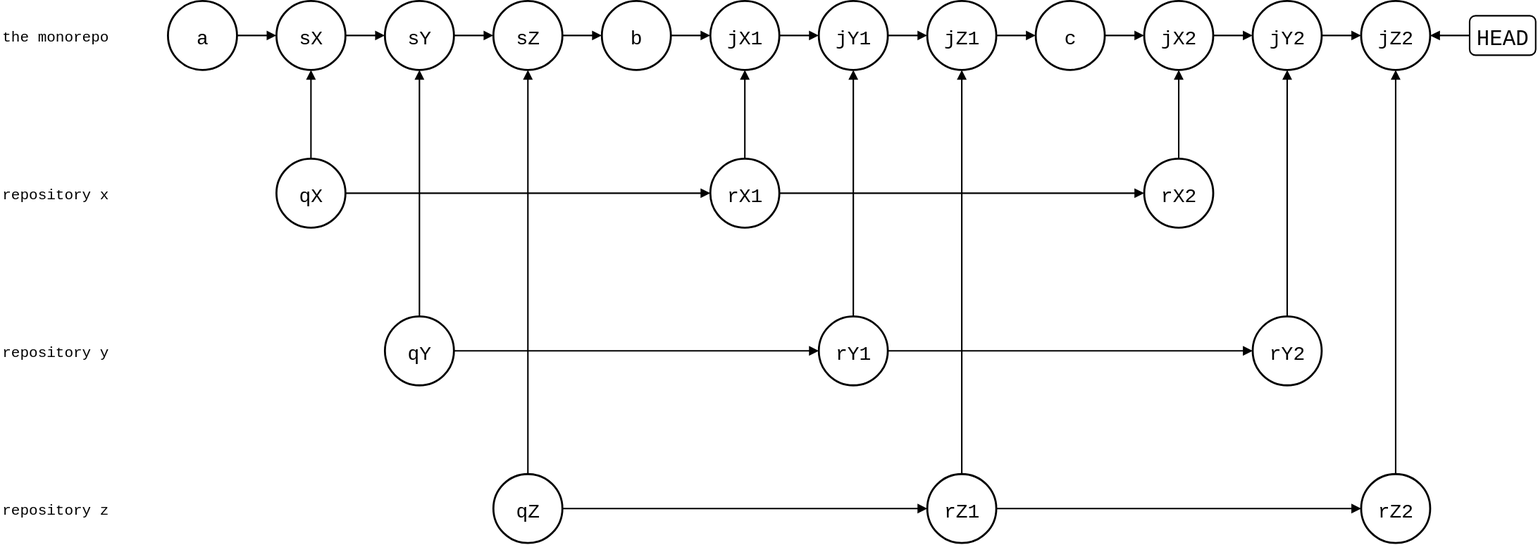
Before: static/blog/episodes/git-subtree-rejoin-three.drawio.svg, a diagram exported from draw.io (roschaefer/roschaefer.de). Source tidied: cells renumbered, new cells last; positions are measured from the earlier drawing's top-left corner, leaving out a move shared by most shapes. Its diagram source:
```xml
<mxGraphModel background="#ffffff">
  <root>
    <mxCell id="0" />
    <mxCell id="1" parent="0" />
    <mxCell id="2" value="the monorepo" style="text;strokeColor=none;fillColor=none;align=left;verticalAlign=middle;fontSize=15;fontFamily=Roboto Mono,monospace;" parent="1" vertex="1">
      <mxGeometry y="20" width="150" height="30" as="geometry" />
    </mxCell>
    <mxCell id="3" value="repository x" style="text;strokeColor=none;fillColor=none;align=left;verticalAlign=middle;fontSize=15;fontFamily=Roboto Mono,monospace;" parent="1" vertex="1">
      <mxGeometry y="180" width="150" height="30" as="geometry" />
    </mxCell>
    <mxCell id="4" value="repository y" style="text;strokeColor=none;fillColor=none;align=left;verticalAlign=middle;fontSize=15;fontFamily=Roboto Mono,monospace;" parent="1" vertex="1">
      <mxGeometry y="340" width="150" height="30" as="geometry" />
    </mxCell>
    <mxCell id="5" value="repository z" style="text;strokeColor=none;fillColor=none;align=left;verticalAlign=middle;fontSize=15;fontFamily=Roboto Mono,monospace;" parent="1" vertex="1">
      <mxGeometry y="500" width="150" height="30" as="geometry" />
    </mxCell>
    <mxCell id="6" value="a" style="ellipse;strokeWidth=2;fontSize=20;fontFamily=Roboto Mono,monospace;" parent="1" vertex="1">
      <mxGeometry x="170" width="70" height="70" as="geometry" />
    </mxCell>
    <mxCell id="7" value="sX" style="ellipse;strokeWidth=2;fontSize=20;fontFamily=Roboto Mono,monospace;" parent="1" vertex="1">
      <mxGeometry x="280" width="70" height="70" as="geometry" />
    </mxCell>
    <mxCell id="8" value="sY" style="ellipse;strokeWidth=2;fontSize=20;fontFamily=Roboto Mono,monospace;" parent="1" vertex="1">
      <mxGeometry x="390" width="70" height="70" as="geometry" />
    </mxCell>
    <mxCell id="9" value="sZ" style="ellipse;strokeWidth=2;fontSize=20;fontFamily=Roboto Mono,monospace;" parent="1" vertex="1">
      <mxGeometry x="500" width="70" height="70" as="geometry" />
    </mxCell>
    <mxCell id="10" value="b" style="ellipse;strokeWidth=2;fontSize=20;fontFamily=Roboto Mono,monospace;" parent="1" vertex="1">
      <mxGeometry x="610" width="70" height="70" as="geometry" />
    </mxCell>
    <mxCell id="11" value="jX1" style="ellipse;strokeWidth=2;fontSize=20;fontFamily=Roboto Mono,monospace;" parent="1" vertex="1">
      <mxGeometry x="720" width="70" height="70" as="geometry" />
    </mxCell>
    <mxCell id="12" value="jY1" style="ellipse;strokeWidth=2;fontSize=20;fontFamily=Roboto Mono,monospace;" parent="1" vertex="1">
      <mxGeometry x="830" width="70" height="70" as="geometry" />
    </mxCell>
    <mxCell id="13" value="jZ1" style="ellipse;strokeWidth=2;fontSize=20;fontFamily=Roboto Mono,monospace;" parent="1" vertex="1">
      <mxGeometry x="940" width="70" height="70" as="geometry" />
    </mxCell>
    <mxCell id="14" value="c" style="ellipse;strokeWidth=2;fontSize=20;fontFamily=Roboto Mono,monospace;" parent="1" vertex="1">
      <mxGeometry x="1050" width="70" height="70" as="geometry" />
    </mxCell>
    <mxCell id="15" value="jX2" style="ellipse;strokeWidth=2;fontSize=20;fontFamily=Roboto Mono,monospace;" parent="1" vertex="1">
      <mxGeometry x="1160" width="70" height="70" as="geometry" />
    </mxCell>
    <mxCell id="16" value="jY2" style="ellipse;strokeWidth=2;fontSize=20;fontFamily=Roboto Mono,monospace;" parent="1" vertex="1">
      <mxGeometry x="1270" width="70" height="70" as="geometry" />
    </mxCell>
    <mxCell id="17" value="jZ2" style="ellipse;strokeWidth=2;fontSize=20;fontFamily=Roboto Mono,monospace;" parent="1" vertex="1">
      <mxGeometry x="1380" width="70" height="70" as="geometry" />
    </mxCell>
    <mxCell id="18" value="qX" style="ellipse;strokeWidth=2;fontSize=20;fontFamily=Roboto Mono,monospace;" parent="1" vertex="1">
      <mxGeometry x="280" y="160" width="70" height="70" as="geometry" />
    </mxCell>
    <mxCell id="19" value="rX1" style="ellipse;strokeWidth=2;fontSize=20;fontFamily=Roboto Mono,monospace;" parent="1" vertex="1">
      <mxGeometry x="720" y="160" width="70" height="70" as="geometry" />
    </mxCell>
    <mxCell id="20" value="rX2" style="ellipse;strokeWidth=2;fontSize=20;fontFamily=Roboto Mono,monospace;" parent="1" vertex="1">
      <mxGeometry x="1160" y="160" width="70" height="70" as="geometry" />
    </mxCell>
    <mxCell id="21" value="qY" style="ellipse;strokeWidth=2;fontSize=20;fontFamily=Roboto Mono,monospace;" parent="1" vertex="1">
      <mxGeometry x="390" y="320" width="70" height="70" as="geometry" />
    </mxCell>
    <mxCell id="22" value="rY1" style="ellipse;strokeWidth=2;fontSize=20;fontFamily=Roboto Mono,monospace;" parent="1" vertex="1">
      <mxGeometry x="830" y="320" width="70" height="70" as="geometry" />
    </mxCell>
    <mxCell id="23" value="rY2" style="ellipse;strokeWidth=2;fontSize=20;fontFamily=Roboto Mono,monospace;" parent="1" vertex="1">
      <mxGeometry x="1270" y="320" width="70" height="70" as="geometry" />
    </mxCell>
    <mxCell id="24" value="qZ" style="ellipse;strokeWidth=2;fontSize=20;fontFamily=Roboto Mono,monospace;" parent="1" vertex="1">
      <mxGeometry x="500" y="480" width="70" height="70" as="geometry" />
    </mxCell>
    <mxCell id="25" value="rZ1" style="ellipse;strokeWidth=2;fontSize=20;fontFamily=Roboto Mono,monospace;" parent="1" vertex="1">
      <mxGeometry x="940" y="480" width="70" height="70" as="geometry" />
    </mxCell>
    <mxCell id="26" value="rZ2" style="ellipse;strokeWidth=2;fontSize=20;fontFamily=Roboto Mono,monospace;" parent="1" vertex="1">
      <mxGeometry x="1380" y="480" width="70" height="70" as="geometry" />
    </mxCell>
    <mxCell id="27" value="HEAD" style="rounded=1;strokeWidth=1.5;fontSize=22;fontFamily=Roboto Mono,monospace;" parent="1" vertex="1">
      <mxGeometry x="1490" y="15" width="67" height="40" as="geometry" />
    </mxCell>
    <mxCell id="28" style="endArrow=block;endFill=1;html=1;strokeWidth=1.5;rounded=0;" parent="1" edge="1" source="6" target="7">
      <mxGeometry relative="1" as="geometry" />
    </mxCell>
    <mxCell id="29" style="endArrow=block;endFill=1;html=1;strokeWidth=1.5;rounded=0;" parent="1" edge="1" source="7" target="8">
      <mxGeometry relative="1" as="geometry" />
    </mxCell>
    <mxCell id="30" style="endArrow=block;endFill=1;html=1;strokeWidth=1.5;rounded=0;" parent="1" edge="1" source="8" target="9">
      <mxGeometry relative="1" as="geometry" />
    </mxCell>
    <mxCell id="31" style="endArrow=block;endFill=1;html=1;strokeWidth=1.5;rounded=0;" parent="1" edge="1" source="9" target="10">
      <mxGeometry relative="1" as="geometry" />
    </mxCell>
    <mxCell id="32" style="endArrow=block;endFill=1;html=1;strokeWidth=1.5;rounded=0;" parent="1" edge="1" source="10" target="11">
      <mxGeometry relative="1" as="geometry" />
    </mxCell>
    <mxCell id="33" style="endArrow=block;endFill=1;html=1;strokeWidth=1.5;rounded=0;" parent="1" edge="1" source="11" target="12">
      <mxGeometry relative="1" as="geometry" />
    </mxCell>
    <mxCell id="34" style="endArrow=block;endFill=1;html=1;strokeWidth=1.5;rounded=0;" parent="1" edge="1" source="12" target="13">
      <mxGeometry relative="1" as="geometry" />
    </mxCell>
    <mxCell id="35" style="endArrow=block;endFill=1;html=1;strokeWidth=1.5;rounded=0;" parent="1" edge="1" source="13" target="14">
      <mxGeometry relative="1" as="geometry" />
    </mxCell>
    <mxCell id="36" style="endArrow=block;endFill=1;html=1;strokeWidth=1.5;rounded=0;" parent="1" edge="1" source="14" target="15">
      <mxGeometry relative="1" as="geometry" />
    </mxCell>
    <mxCell id="37" style="endArrow=block;endFill=1;html=1;strokeWidth=1.5;rounded=0;" parent="1" edge="1" source="15" target="16">
      <mxGeometry relative="1" as="geometry" />
    </mxCell>
    <mxCell id="38" style="endArrow=block;endFill=1;html=1;strokeWidth=1.5;rounded=0;" parent="1" edge="1" source="16" target="17">
      <mxGeometry relative="1" as="geometry" />
    </mxCell>
    <mxCell id="39" style="endArrow=block;endFill=1;html=1;strokeWidth=1.5;rounded=0;" parent="1" edge="1" source="18" target="19">
      <mxGeometry relative="1" as="geometry" />
    </mxCell>
    <mxCell id="40" style="endArrow=block;endFill=1;html=1;strokeWidth=1.5;rounded=0;" parent="1" edge="1" source="19" target="20">
      <mxGeometry relative="1" as="geometry" />
    </mxCell>
    <mxCell id="41" style="endArrow=block;endFill=1;html=1;strokeWidth=1.5;rounded=0;" parent="1" edge="1" source="18" target="7">
      <mxGeometry relative="1" as="geometry" />
    </mxCell>
    <mxCell id="42" style="endArrow=block;endFill=1;html=1;strokeWidth=1.5;rounded=0;" parent="1" edge="1" source="19" target="11">
      <mxGeometry relative="1" as="geometry" />
    </mxCell>
    <mxCell id="43" style="endArrow=block;endFill=1;html=1;strokeWidth=1.5;rounded=0;" parent="1" edge="1" source="20" target="15">
      <mxGeometry relative="1" as="geometry" />
    </mxCell>
    <mxCell id="44" style="endArrow=block;endFill=1;html=1;strokeWidth=1.5;rounded=0;" parent="1" edge="1" source="21" target="22">
      <mxGeometry relative="1" as="geometry" />
    </mxCell>
    <mxCell id="45" style="endArrow=block;endFill=1;html=1;strokeWidth=1.5;rounded=0;" parent="1" edge="1" source="22" target="23">
      <mxGeometry relative="1" as="geometry" />
    </mxCell>
    <mxCell id="46" style="endArrow=block;endFill=1;html=1;strokeWidth=1.5;rounded=0;" parent="1" edge="1" source="21" target="8">
      <mxGeometry relative="1" as="geometry" />
    </mxCell>
    <mxCell id="47" style="endArrow=block;endFill=1;html=1;strokeWidth=1.5;rounded=0;" parent="1" edge="1" source="22" target="12">
      <mxGeometry relative="1" as="geometry" />
    </mxCell>
    <mxCell id="48" style="endArrow=block;endFill=1;html=1;strokeWidth=1.5;rounded=0;" parent="1" edge="1" source="23" target="16">
      <mxGeometry relative="1" as="geometry" />
    </mxCell>
    <mxCell id="49" style="endArrow=block;endFill=1;html=1;strokeWidth=1.5;rounded=0;" parent="1" edge="1" source="24" target="25">
      <mxGeometry relative="1" as="geometry" />
    </mxCell>
    <mxCell id="50" style="endArrow=block;endFill=1;html=1;strokeWidth=1.5;rounded=0;" parent="1" edge="1" source="25" target="26">
      <mxGeometry relative="1" as="geometry" />
    </mxCell>
    <mxCell id="51" style="endArrow=block;endFill=1;html=1;strokeWidth=1.5;rounded=0;" parent="1" edge="1" source="24" target="9">
      <mxGeometry relative="1" as="geometry" />
    </mxCell>
    <mxCell id="52" style="endArrow=block;endFill=1;html=1;strokeWidth=1.5;rounded=0;" parent="1" edge="1" source="25" target="13">
      <mxGeometry relative="1" as="geometry" />
    </mxCell>
    <mxCell id="53" style="endArrow=block;endFill=1;html=1;strokeWidth=1.5;rounded=0;" parent="1" edge="1" source="26" target="17">
      <mxGeometry relative="1" as="geometry" />
    </mxCell>
    <mxCell id="54" style="endArrow=block;endFill=1;html=1;strokeWidth=1.5;rounded=0;" parent="1" edge="1" source="27" target="17">
      <mxGeometry relative="1" as="geometry" />
    </mxCell>
  </root>
</mxGraphModel>
```
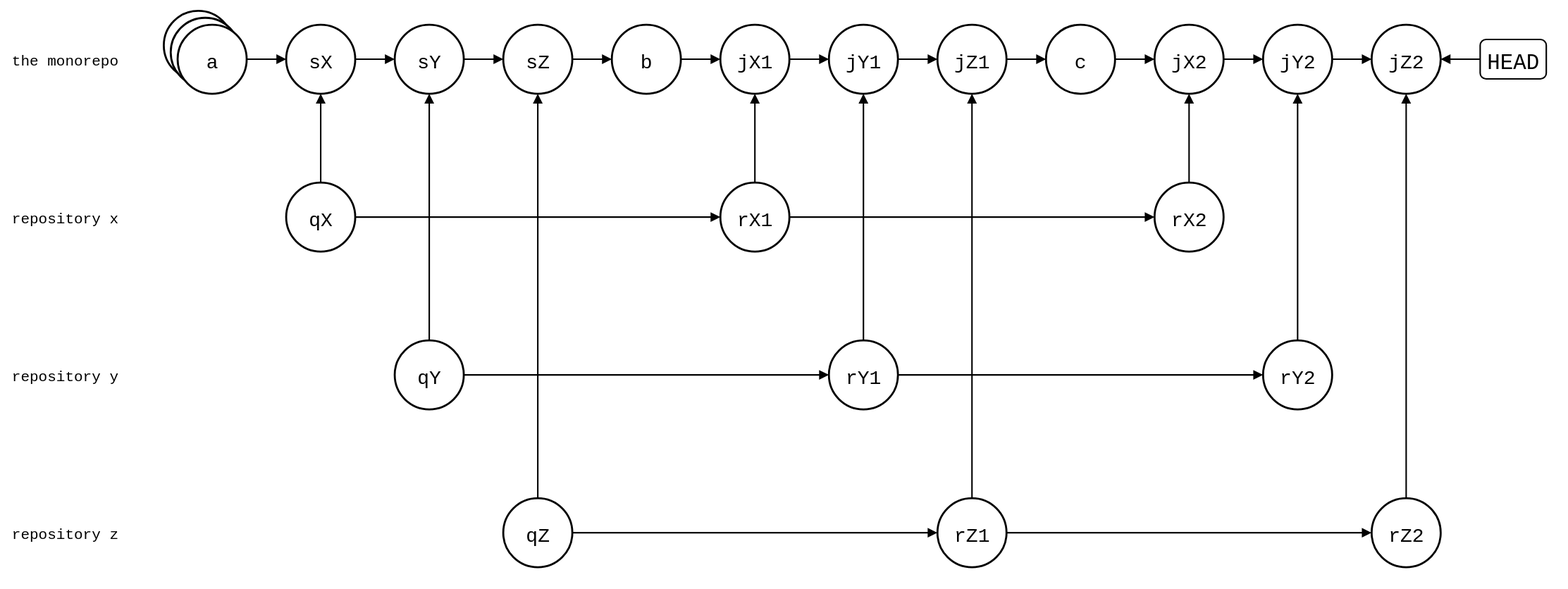
Later version of the same file.

Commit message:
chore(blog): rebuild the subtree drawings with a as a stack

Diff of the diagram source:
```diff
@@ -14,6 +14,12 @@
     <mxCell id="5" value="repository z" style="text;strokeColor=none;fillColor=none;align=left;verticalAlign=middle;fontSize=15;fontFamily=Roboto Mono,monospace;" parent="1" vertex="1">
       <mxGeometry y="500" width="150" height="30" as="geometry" />
     </mxCell>
+    <mxCell id="55" style="shape=ellipse;strokeWidth=2;fontSize=20;fontFamily=Roboto Mono,monospace;" parent="1" vertex="1">
+      <mxGeometry x="156" y="-14" width="70" height="70" as="geometry" />
+    </mxCell>
+    <mxCell id="56" style="shape=ellipse;strokeWidth=2;fontSize=20;fontFamily=Roboto Mono,monospace;" parent="1" vertex="1">
+      <mxGeometry x="163" y="-7" width="70" height="70" as="geometry" />
+    </mxCell>
     <mxCell id="6" value="a" style="ellipse;strokeWidth=2;fontSize=20;fontFamily=Roboto Mono,monospace;" parent="1" vertex="1">
       <mxGeometry x="170" width="70" height="70" as="geometry" />
     </mxCell>
```
